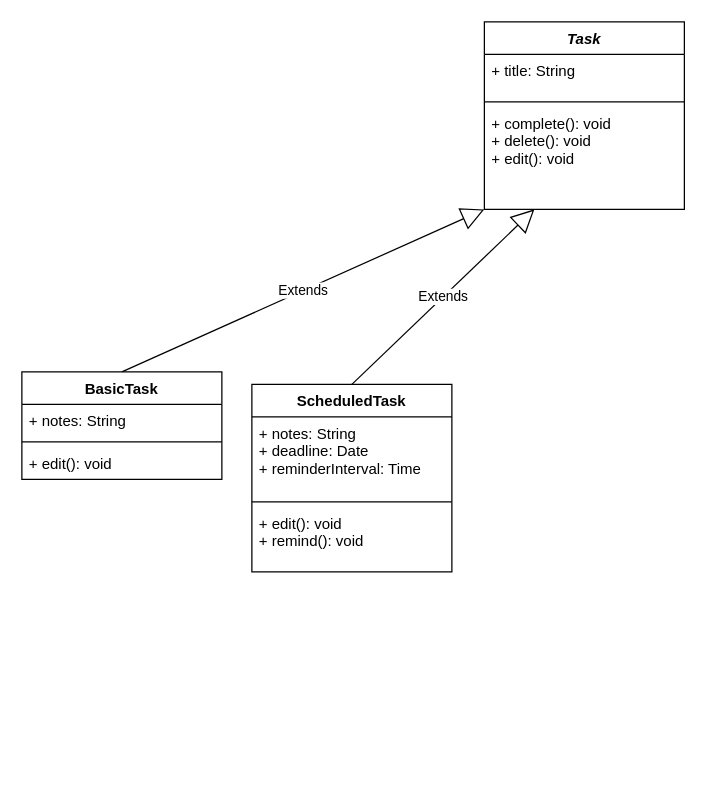
The draw.io diagram todo-app_uml.drawio in BanjoBenjo/todo, before the edit. Source tidied: cells renumbered, new cells numbered last; positions are measured from the earlier drawing's top-left corner, leaving out a move shared by most shapes. Both pictures are drawn from the tidied source at 125%, with x=0, y=0 at pixel (21, 21).
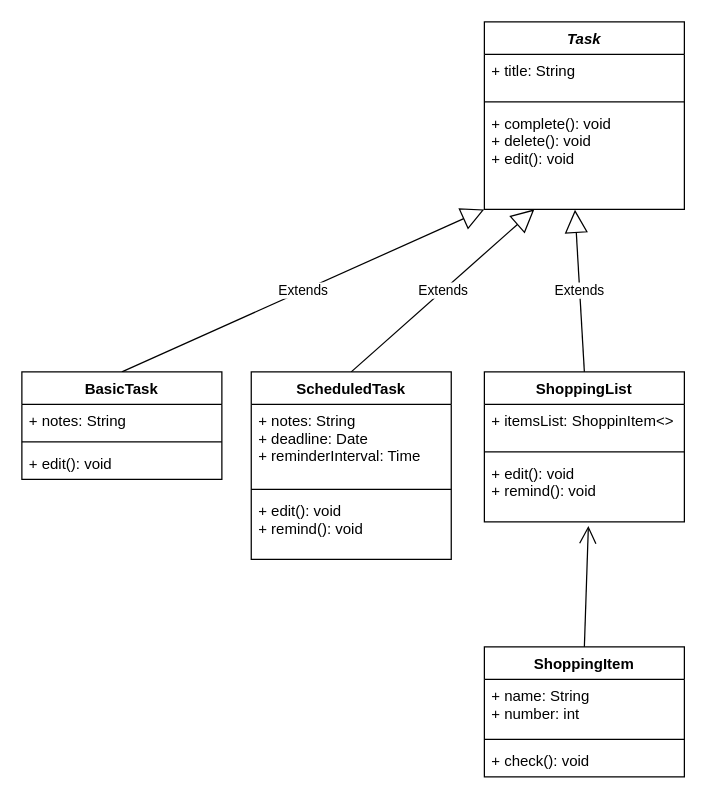
The same diagram, later.

Unchanged cells that the change refers to:
```xml
<mxCell id="5" value="+ complete(): void&#10;+ delete(): void&#10;+ edit(): void&#10;&#10;" style="text;strokeColor=none;fillColor=none;align=left;verticalAlign=top;spacingLeft=4;spacingRight=4;overflow=hidden;points=[[0,0.5],[1,0.5]];portConstraint=eastwest;" parent="2" vertex="1">
  <mxGeometry y="68" width="160" height="82" as="geometry" />
</mxCell>
```

What changed in the source:
```diff
@@
+    <mxCell id="16" value="Extends" style="endArrow=block;endSize=16;endFill=0;html=1;entryX=0.453;entryY=1.004;entryDx=0;entryDy=0;entryPerimeter=0;exitX=0.5;exitY=0;exitDx=0;exitDy=0;" parent="1" edge="1" source="18" target="5">
+      <mxGeometry relative="1" as="geometry" />
+    </mxCell>
+    <mxCell id="17" style="endArrow=open;endFill=1;endSize=12;html=1;entryX=0.52;entryY=1.062;entryDx=0;entryDy=0;entryPerimeter=0;exitX=0.5;exitY=0;exitDx=0;exitDy=0;" parent="1" edge="1" source="22" target="21">
+      <mxGeometry relative="1" as="geometry" />
+    </mxCell>
     <mxCell id="12" value="ScheduledTask" style="swimlane;fontStyle=1;align=center;verticalAlign=top;horizontal=1;startSize=26;" parent="1" vertex="1">
-      <mxGeometry x="184" y="290" width="160" height="150" as="geometry" />
+      <mxGeometry x="183.5" y="280" width="160" height="150" as="geometry" />
     </mxCell>
@@
+    <mxCell id="18" value="ShoppingList" style="swimlane;fontStyle=1;align=center;verticalAlign=top;horizontal=1;startSize=26;" parent="1" vertex="1">
+      <mxGeometry x="370" y="280" width="160" height="120" as="geometry" />
+    </mxCell>
+    <mxCell id="19" value="+ itemsList: ShoppinItem&lt;&gt;" style="text;strokeColor=none;fillColor=none;align=left;verticalAlign=top;spacingLeft=4;spacingRight=4;overflow=hidden;" parent="18" vertex="1">
+      <mxGeometry y="26" width="160" height="34" as="geometry" />
+    </mxCell>
+    <mxCell id="20" style="line;strokeWidth=1;fillColor=none;align=left;verticalAlign=middle;spacingTop=-1;spacingLeft=3;spacingRight=3;labelPosition=right;" parent="18" vertex="1">
+      <mxGeometry y="60" width="160" height="8" as="geometry" />
+    </mxCell>
+    <mxCell id="21" value="+ edit(): void&#10;+ remind(): void&#10;" style="text;strokeColor=none;fillColor=none;align=left;verticalAlign=top;spacingLeft=4;spacingRight=4;overflow=hidden;points=[[0,0.5],[1,0.5]];portConstraint=eastwest;" parent="18" vertex="1">
+      <mxGeometry y="68" width="160" height="52" as="geometry" />
+    </mxCell>
+    <mxCell id="22" value="ShoppingItem" style="swimlane;fontStyle=1;align=center;verticalAlign=top;horizontal=1;startSize=26;" parent="1" vertex="1">
+      <mxGeometry x="370" y="500" width="160" height="104" as="geometry" />
+    </mxCell>
+    <mxCell id="23" value="+ name: String&#10;+ number: int&#10;" style="text;strokeColor=none;fillColor=none;align=left;verticalAlign=top;spacingLeft=4;spacingRight=4;overflow=hidden;" parent="22" vertex="1">
+      <mxGeometry y="26" width="160" height="44" as="geometry" />
+    </mxCell>
+    <mxCell id="24" style="line;strokeWidth=1;fillColor=none;align=left;verticalAlign=middle;spacingTop=-1;spacingLeft=3;spacingRight=3;labelPosition=right;" parent="22" vertex="1">
+      <mxGeometry y="70" width="160" height="8" as="geometry" />
+    </mxCell>
+    <mxCell id="25" value="+ check(): void" style="text;strokeColor=none;fillColor=none;align=left;verticalAlign=top;spacingLeft=4;spacingRight=4;overflow=hidden;" parent="22" vertex="1">
+      <mxGeometry y="78" width="160" height="26" as="geometry" />
+    </mxCell>
```
